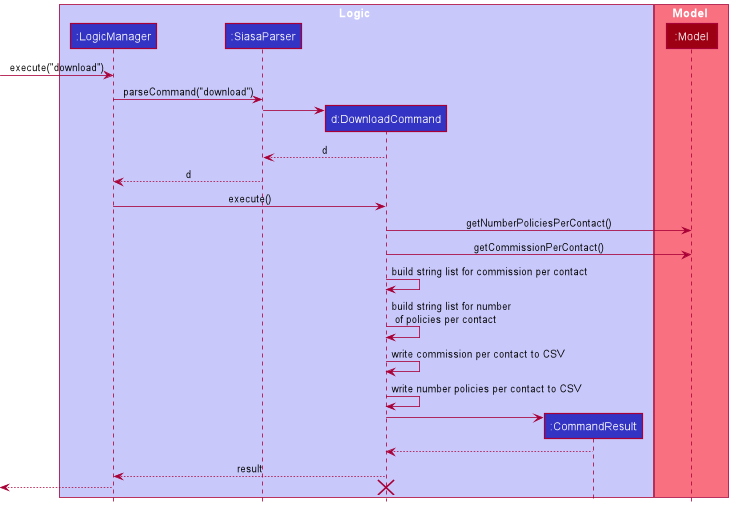
The PlantUML diagram docs/images/DownloadSequenceDiagram.png in nus-cs2103-AY2122S1/tp, before a commit.
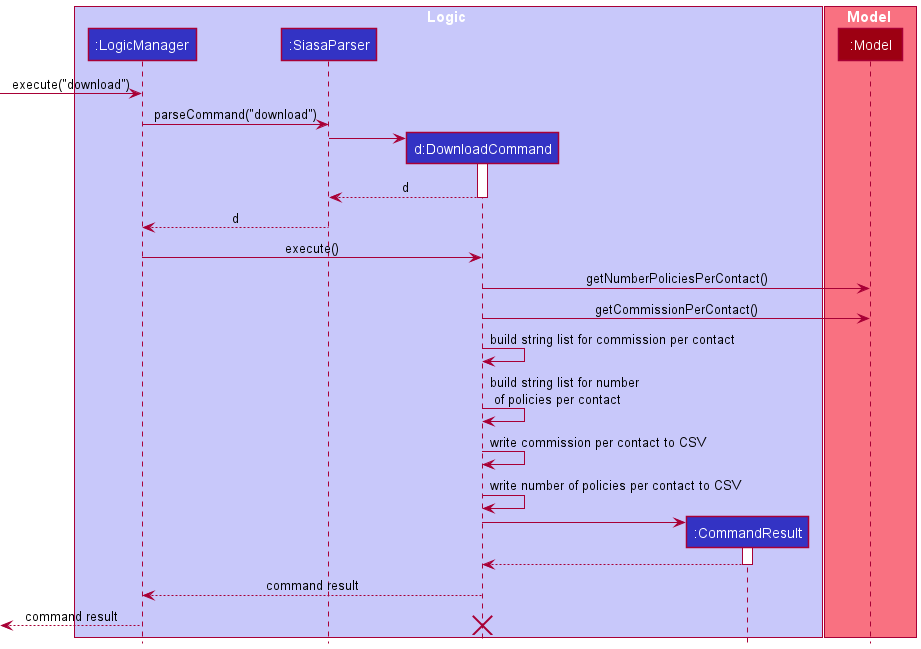
Above is the later version.

Change to the diagram source:
```diff
@@ -20,9 +20,10 @@
 
 create DownloadCommand
 SiasaParser -> DownloadCommand
-
+activate DownloadCommand
 
 DownloadCommand --> SiasaParser : d
+deactivate DownloadCommand
 
 SiasaParser --> LogicManager : d
 
@@ -41,16 +42,18 @@
 
 DownloadCommand -> DownloadCommand : write commission per contact to CSV
 
-DownloadCommand -> DownloadCommand : write number policies per contact to CSV
+DownloadCommand -> DownloadCommand : write number of policies per contact to CSV
 
 create CommandResult
 DownloadCommand -> CommandResult
+activate CommandResult
 
 CommandResult --> DownloadCommand
+deactivate CommandResult
 
-DownloadCommand --> LogicManager : result
+DownloadCommand --> LogicManager : command result
 
 
-[<--LogicManager
+[<--LogicManager : command result
 destroy DownloadCommand
 @enduml
```
